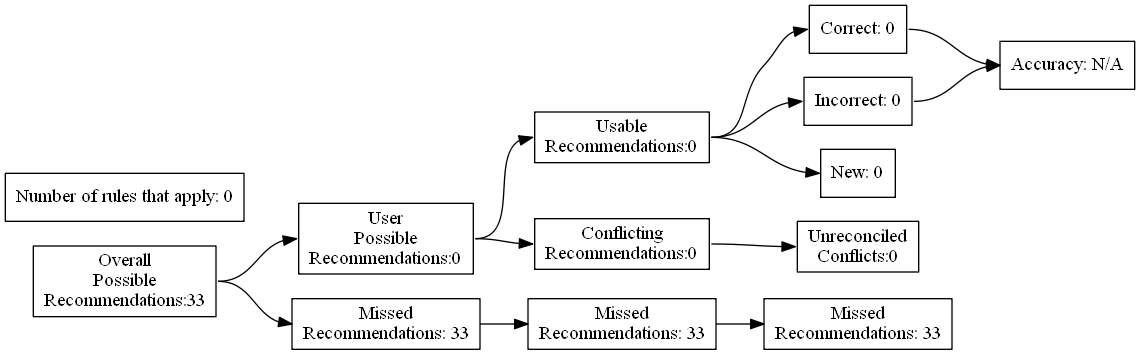
Before: test_renders/104.gv.png, a diagram exported from Graphviz (ZaxR/ibd_diet_analysis). Its source is kept beside it as test_renders/104.gv. Source of this version:
```dot
digraph {
	graph [rankdir=LR]
	node [pos=r shape=box]
	edge [headport=w tailport=e]
		A [label="Overall
Possible
Recommendations:33"]
		B [label="User
Possible
Recommendations:0"]
		C [label="Missed
Recommendations: 33"]
		D [label="Usable
Recommendations:0"]
		E [label="Conflicting
Recommendations:0"]
		J [label="Missed
Recommendations: 33"]
		M [label="Unreconciled
Conflicts:0"]
		F [label="Correct: 0"]
		G [label="Incorrect: 0"]
		H [label="New: 0"]
		K [label="Missed
Recommendations: 33"]
		I [label="Accuracy: N/A"]
		l [label="Number of rules that apply: 0"]
			A -> B
			A -> C
			B -> D
			B -> E
			D -> F
			D -> G
			D -> H
			F -> I
			G -> I
			C -> J
			J -> K
			E -> M
}
```
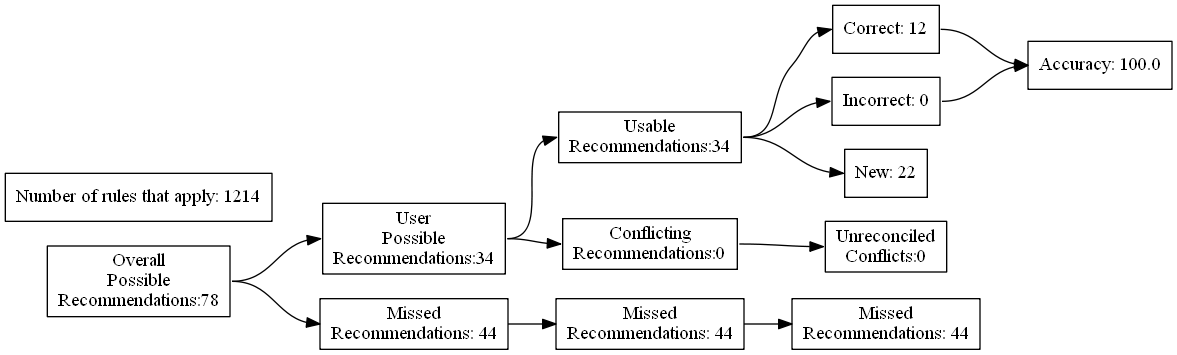
The same file after the commit.

The edit, as a diff of the source:
```diff
@@ -4,27 +4,27 @@
 	edge [headport=w tailport=e]
 		A [label="Overall
 Possible
-Recommendations:33"]
+Recommendations:78"]
 		B [label="User
 Possible
-Recommendations:0"]
+Recommendations:34"]
 		C [label="Missed
-Recommendations: 33"]
+Recommendations: 44"]
 		D [label="Usable
-Recommendations:0"]
+Recommendations:34"]
 		E [label="Conflicting
 Recommendations:0"]
 		J [label="Missed
-Recommendations: 33"]
+Recommendations: 44"]
 		M [label="Unreconciled
 Conflicts:0"]
-		F [label="Correct: 0"]
+		F [label="Correct: 12"]
 		G [label="Incorrect: 0"]
-		H [label="New: 0"]
+		H [label="New: 22"]
 		K [label="Missed
-Recommendations: 33"]
-		I [label="Accuracy: N/A"]
-		l [label="Number of rules that apply: 0"]
+Recommendations: 44"]
+		I [label="Accuracy: 100.0"]
+		l [label="Number of rules that apply: 1214"]
 			A -> B
 			A -> C
 			B -> D
```
